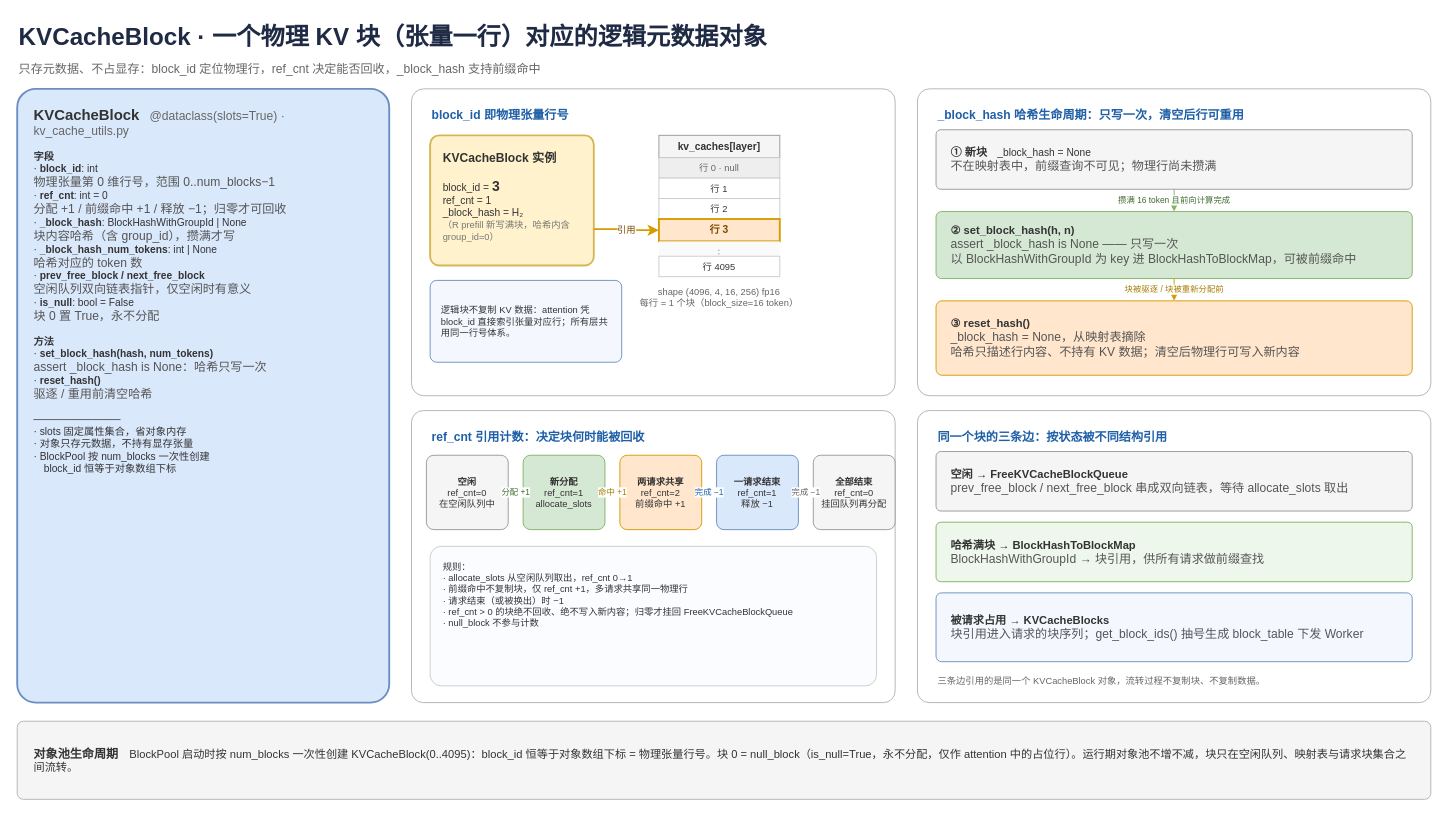
The draw.io diagram page "KVCacheBlock 逻辑块" (10 of 15) of vllm/v1/core/kvcache_draw_ppt_v2/kvcache_type.drawio in GoCHug/vllm, before the edit. Source tidied: cells renumbered, new cells numbered last; positions are measured from the earlier drawing's top-left corner, leaving out a move shared by most shapes. Both pictures are drawn from the tidied source at 93%, with x=0, y=0 at pixel (17, 16).
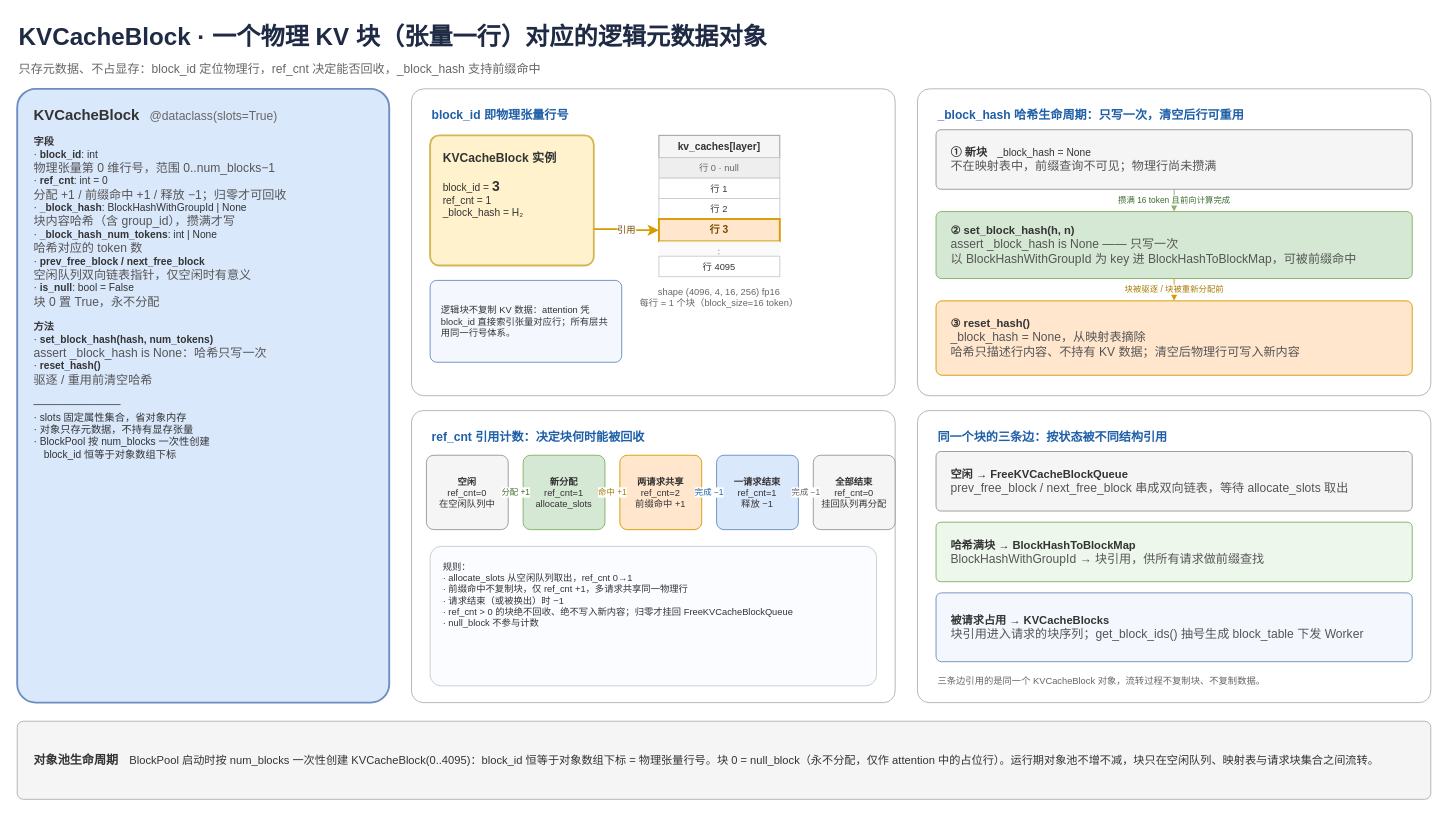
The same page after the edit.

What changed in the source:
```diff
@@
-    <mxCell id="4" value="&lt;b style=&quot;font-size:16px&quot;&gt;KVCacheBlock&lt;/b&gt;　&lt;font color=&quot;#666666&quot; size=&quot;2&quot;&gt;@dataclass(slots=True) · kv_cache_utils.py&lt;/font&gt;&lt;br&gt;&lt;br&gt;&lt;b&gt;字段&lt;/b&gt;&lt;br&gt;· &lt;b&gt;block_id&lt;/b&gt;: int&lt;br&gt;&lt;font size=&quot;2&quot; color=&quot;#555555&quot;&gt;物理张量第 0 维行号，范围 0..num_blocks−1&lt;/font&gt;&lt;br&gt;· &lt;b&gt;ref_cnt&lt;/b&gt;: int = 0&lt;br&gt;&lt;font size=&quot;2&quot; color=&quot;#555555&quot;&gt;分配 +1 / 前缀命中 +1 / 释放 −1；归零才可回收&lt;/font&gt;&lt;br&gt;· &lt;b&gt;_block_hash&lt;/b&gt;: BlockHashWithGroupId | None&lt;br&gt;&lt;font size=&quot;2&quot; color=&quot;#555555&quot;&gt;块内容哈希（含 group_id），攒满才写&lt;/font&gt;&lt;br&gt;· &lt;b&gt;_block_hash_num_tokens&lt;/b&gt;: int | None&lt;br&gt;&lt;font size=&quot;2&quot; color=&quot;#555555&quot;&gt;哈希对应的 token 数&lt;/font&gt;&lt;br&gt;· &lt;b&gt;prev_free_block / next_free_block&lt;/b&gt;&lt;br&gt;&lt;font size=&quot;2&quot; color=&quot;#555555&quot;&gt;空闲队列双向链表指针，仅空闲时有意义&lt;/font&gt;&lt;br&gt;· &lt;b&gt;is_null&lt;/b&gt;: bool = False&lt;br&gt;&lt;font size=&quot;2&quot; color=&quot;#555555&quot;&gt;块 0 置 True，永不分配&lt;/font&gt;&lt;br&gt;&lt;br&gt;&lt;b&gt;方法&lt;/b&gt;&lt;br&gt;· &lt;b&gt;set_block_hash(hash, num_tokens)&lt;/b&gt;&lt;br&gt;&lt;font size=&quot;2&quot; color=&quot;#555555&quot;&gt;assert _block_hash is None：哈希只写一次&lt;/font&gt;&lt;br&gt;· &lt;b&gt;reset_hash()&lt;/b&gt;&lt;br&gt;&lt;font size=&quot;2&quot; color=&quot;#555555&quot;&gt;驱逐 / 重用前清空哈希&lt;/font&gt;&lt;br&gt;&lt;br&gt;────────────&lt;br&gt;· slots 固定属性集合，省对象内存&lt;br&gt;· 对象只存元数据，不持有显存张量&lt;br&gt;· BlockPool 按 num_blocks 一次性创建&lt;br&gt;　block_id 恒等于对象数组下标" style="rounded=1;arcSize=5;whiteSpace=wrap;html=1;align=left;verticalAlign=top;spacingLeft=16;spacingRight=12;spacingTop=12;fontSize=11;fontColor=#333333;fillColor=#dae8fc;strokeColor=#6c8ebf;strokeWidth=2;" parent="1" vertex="1">
+    <mxCell id="4" value="&lt;b style=&quot;font-size:16px&quot;&gt;KVCacheBlock&lt;/b&gt;　&lt;font color=&quot;#666666&quot; size=&quot;2&quot;&gt;@dataclass(slots=True)&amp;nbsp;&lt;/font&gt;&lt;br&gt;&lt;br&gt;&lt;b&gt;字段&lt;/b&gt;&lt;br&gt;· &lt;b&gt;block_id&lt;/b&gt;: int&lt;br&gt;&lt;font size=&quot;2&quot; color=&quot;#555555&quot;&gt;物理张量第 0 维行号，范围 0..num_blocks−1&lt;/font&gt;&lt;br&gt;· &lt;b&gt;ref_cnt&lt;/b&gt;: int = 0&lt;br&gt;&lt;font size=&quot;2&quot; color=&quot;#555555&quot;&gt;分配 +1 / 前缀命中 +1 / 释放 −1；归零才可回收&lt;/font&gt;&lt;br&gt;· &lt;b&gt;_block_hash&lt;/b&gt;: BlockHashWithGroupId | None&lt;br&gt;&lt;font size=&quot;2&quot; color=&quot;#555555&quot;&gt;块内容哈希（含 group_id），攒满才写&lt;/font&gt;&lt;br&gt;· &lt;b&gt;_block_hash_num_tokens&lt;/b&gt;: int | None&lt;br&gt;&lt;font size=&quot;2&quot; color=&quot;#555555&quot;&gt;哈希对应的 token 数&lt;/font&gt;&lt;br&gt;· &lt;b&gt;prev_free_block / next_free_block&lt;/b&gt;&lt;br&gt;&lt;font size=&quot;2&quot; color=&quot;#555555&quot;&gt;空闲队列双向链表指针，仅空闲时有意义&lt;/font&gt;&lt;br&gt;· &lt;b&gt;is_null&lt;/b&gt;: bool = False&lt;br&gt;&lt;font size=&quot;2&quot; color=&quot;#555555&quot;&gt;块 0 置 True，永不分配&lt;/font&gt;&lt;br&gt;&lt;br&gt;&lt;b&gt;方法&lt;/b&gt;&lt;br&gt;· &lt;b&gt;set_block_hash(hash, num_tokens)&lt;/b&gt;&lt;br&gt;&lt;font size=&quot;2&quot; color=&quot;#555555&quot;&gt;assert _block_hash is None：哈希只写一次&lt;/font&gt;&lt;br&gt;· &lt;b&gt;reset_hash()&lt;/b&gt;&lt;br&gt;&lt;font size=&quot;2&quot; color=&quot;#555555&quot;&gt;驱逐 / 重用前清空哈希&lt;/font&gt;&lt;br&gt;&lt;br&gt;────────────&lt;br&gt;· slots 固定属性集合，省对象内存&lt;br&gt;· 对象只存元数据，不持有显存张量&lt;br&gt;· BlockPool 按 num_blocks 一次性创建&lt;br&gt;　block_id 恒等于对象数组下标" style="rounded=1;arcSize=5;whiteSpace=wrap;html=1;align=left;verticalAlign=top;spacingLeft=16;spacingRight=12;spacingTop=12;fontSize=11;fontColor=#333333;fillColor=#dae8fc;strokeColor=#6c8ebf;strokeWidth=2;" parent="1" vertex="1">
       <mxGeometry y="78" width="400" height="660" as="geometry" />
     </mxCell>
@@
-    <mxCell id="7" value="&lt;b style=&quot;font-size:13px&quot;&gt;KVCacheBlock 实例&lt;/b&gt;&lt;br&gt;&lt;br&gt;block_id = &lt;b style=&quot;font-size:15px&quot;&gt;3&lt;/b&gt;&lt;br&gt;ref_cnt = 1&lt;br&gt;_block_hash = H₂&lt;br&gt;&lt;font size=&quot;1&quot; color=&quot;#777777&quot;&gt;（R prefill 新写满块，哈希内含 group_id=0）&lt;/font&gt;" style="rounded=1;arcSize=7;whiteSpace=wrap;html=1;align=left;verticalAlign=top;spacingLeft=12;spacingRight=10;spacingTop=10;fontSize=11;fontColor=#333333;fillColor=#fff2cc;strokeColor=#d6b656;strokeWidth=2;" parent="1" vertex="1">
+    <mxCell id="7" value="&lt;b style=&quot;font-size:13px&quot;&gt;KVCacheBlock 实例&lt;/b&gt;&lt;br&gt;&lt;br&gt;block_id = &lt;b style=&quot;font-size:15px&quot;&gt;3&lt;/b&gt;&lt;br&gt;ref_cnt = 1&lt;br&gt;_block_hash = H₂" style="rounded=1;arcSize=7;whiteSpace=wrap;html=1;align=left;verticalAlign=top;spacingLeft=12;spacingRight=10;spacingTop=10;fontSize=11;fontColor=#333333;fillColor=#fff2cc;strokeColor=#d6b656;strokeWidth=2;" parent="1" vertex="1">
       <mxGeometry x="444" y="128" width="176" height="140" as="geometry" />
     </mxCell>
@@
-    <mxCell id="43" value="&lt;b style=&quot;font-size:13px&quot;&gt;对象池生命周期&lt;/b&gt;　BlockPool 启动时按 num_blocks 一次性创建 KVCacheBlock(0..4095)：block_id 恒等于对象数组下标 = 物理张量行号。块 0 = null_block（is_null=True，永不分配，仅作 attention 中的占位行）。运行期对象池不增不减，块只在空闲队列、映射表与请求块集合之间流转。" style="rounded=1;arcSize=8;whiteSpace=wrap;html=1;align=left;verticalAlign=middle;spacingLeft=16;spacingRight=16;fontSize=12;fontColor=#333333;fillColor=#f5f5f5;strokeColor=#b3b3b3;" parent="1" vertex="1">
+    <mxCell id="43" value="&lt;b style=&quot;font-size:13px&quot;&gt;对象池生命周期&lt;/b&gt;　BlockPool 启动时按 num_blocks 一次性创建 KVCacheBlock(0..4095)：block_id 恒等于对象数组下标 = 物理张量行号。块 0 = null_block（永不分配，仅作 attention 中的占位行）。运行期对象池不增不减，块只在空闲队列、映射表与请求块集合之间流转。" style="rounded=1;arcSize=8;whiteSpace=wrap;html=1;align=left;verticalAlign=middle;spacingLeft=16;spacingRight=16;fontSize=12;fontColor=#333333;fillColor=#f5f5f5;strokeColor=#b3b3b3;" parent="1" vertex="1">
       <mxGeometry y="758" width="1520" height="84" as="geometry" />
     </mxCell>
```
